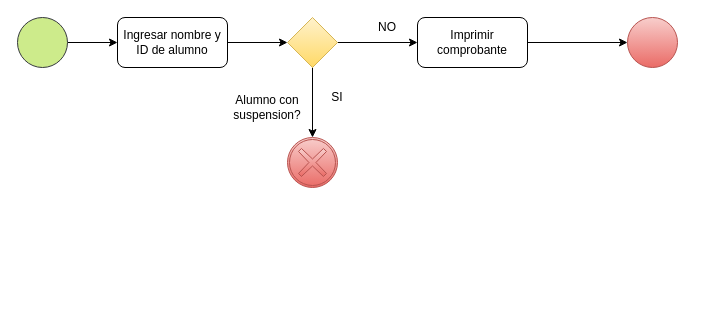
IbarraZ11/Ing_Soft_2 keeps this draw.io diagram as BPMN/Eventos/eventofincancelacion.drawio. Above is the earlier version. Source tidied: cells renumbered, new cells numbered last; positions are measured from the earlier drawing's top-left corner, leaving out a move shared by most shapes. Both pictures are drawn from the tidied source at 100%, with x=0, y=0 at pixel (17, 17).
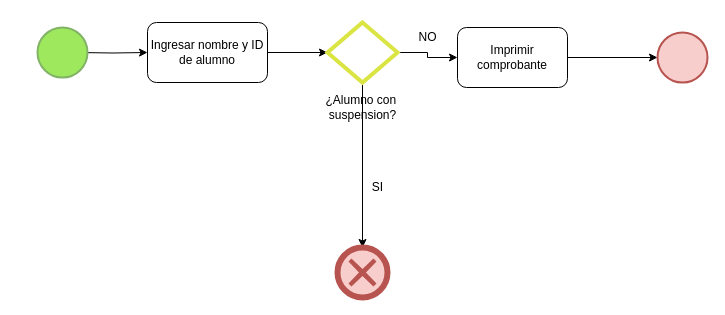
The same page after the edit.

Diff of the diagram source:
```diff
@@
 <mxGraphModel>
   <root>
     <mxCell id="0" />
     <mxCell id="1" parent="0" />
-    <mxCell id="2" style="edgeStyle=orthogonalEdgeStyle;rounded=0;jettySize=auto;html=1;entryX=0;entryY=0.5;entryDx=0;entryDy=0;" parent="1" edge="1" source="3" target="5">
-      <mxGeometry relative="1" as="geometry" />
-    </mxCell>
-    <mxCell id="3" style="points=[[0.145,0.145,0],[0.5,0,0],[0.855,0.145,0],[1,0.5,0],[0.855,0.855,0],[0.5,1,0],[0.145,0.855,0],[0,0.5,0]];shape=mxgraph.bpmn.event;html=1;verticalLabelPosition=bottom;labelBackgroundColor=#ffffff;verticalAlign=top;align=center;perimeter=ellipsePerimeter;outlineConnect=0;outline=standard;symbol=general;fillColor=#cdeb8b;strokeColor=#36393d;" parent="1" vertex="1">
-      <mxGeometry width="50" height="50" as="geometry" />
-    </mxCell>
-    <mxCell id="4" style="edgeStyle=orthogonalEdgeStyle;rounded=0;jettySize=auto;html=1;entryX=0;entryY=0.5;entryDx=0;entryDy=0;" parent="1" edge="1" source="5" target="8">
-      <mxGeometry relative="1" as="geometry" />
-    </mxCell>
+    <mxCell id="16" style="edgeStyle=orthogonalEdgeStyle;rounded=0;jettySize=auto;html=1;entryX=0;entryY=0.5;entryDx=0;entryDy=0;" parent="1" edge="1" target="5">
+      <mxGeometry relative="1" as="geometry">
+        <mxPoint x="60" y="35" as="sourcePoint" />
+      </mxGeometry>
+    </mxCell>
+    <mxCell id="17" style="edgeStyle=orthogonalEdgeStyle;rounded=0;jettySize=auto;html=1;exitX=1;exitY=0.5;exitDx=0;exitDy=0;entryX=0;entryY=0.5;entryDx=0;entryDy=0;" parent="1" edge="1" source="5" target="20">
+      <mxGeometry relative="1" as="geometry" />
+    </mxCell>
     <mxCell id="5" value="Ingresar nombre y ID de alumno" style="rounded=1;whiteSpace=wrap;html=1;" parent="1" vertex="1">
-      <mxGeometry x="100" width="110" height="50" as="geometry" />
+      <mxGeometry x="130" y="5" width="120" height="60" as="geometry" />
     </mxCell>
-    <mxCell id="6" style="edgeStyle=orthogonalEdgeStyle;rounded=0;jettySize=auto;html=1;entryX=0;entryY=0.5;entryDx=0;entryDy=0;" parent="1" edge="1" source="8" target="10">
-      <mxGeometry relative="1" as="geometry" />
-    </mxCell>
-    <mxCell id="7" style="edgeStyle=orthogonalEdgeStyle;rounded=0;jettySize=auto;html=1;entryX=0.5;entryY=0;entryDx=0;entryDy=0;entryPerimeter=0;" parent="1" edge="1" source="8" target="12">
-      <mxGeometry relative="1" as="geometry" />
-    </mxCell>
-    <mxCell id="8" style="rhombus;whiteSpace=wrap;html=1;gradientColor=#ffd966;fillColor=#fff2cc;strokeColor=#d6b656;" parent="1" vertex="1">
-      <mxGeometry x="270" width="50" height="50" as="geometry" />
-    </mxCell>
-    <mxCell id="9" style="edgeStyle=orthogonalEdgeStyle;rounded=0;jettySize=auto;html=1;" parent="1" edge="1" source="10" target="11">
-      <mxGeometry relative="1" as="geometry" />
-    </mxCell>
+    <mxCell id="18" style="edgeStyle=orthogonalEdgeStyle;rounded=0;jettySize=auto;html=1;exitX=1;exitY=0.5;exitDx=0;exitDy=0;" parent="1" edge="1" source="20" target="10">
+      <mxGeometry relative="1" as="geometry" />
+    </mxCell>
+    <mxCell id="19" style="edgeStyle=orthogonalEdgeStyle;rounded=0;jettySize=auto;html=1;exitX=0.5;exitY=1;exitDx=0;exitDy=0;entryX=0.5;entryY=0;entryDx=0;entryDy=0;entryPerimeter=0;" parent="1" edge="1" source="20" target="25">
+      <mxGeometry relative="1" as="geometry" />
+    </mxCell>
+    <mxCell id="20" style="rhombus;whiteSpace=wrap;html=1;strokeColor=#dae543;strokeWidth=4;" parent="1" vertex="1">
+      <mxGeometry x="310" y="5" width="70" height="60" as="geometry" />
+    </mxCell>
+    <mxCell id="21" style="edgeStyle=orthogonalEdgeStyle;rounded=0;jettySize=auto;html=1;exitX=1;exitY=0.5;exitDx=0;exitDy=0;entryX=0;entryY=0.5;entryDx=0;entryDy=0;entryPerimeter=0;" parent="1" edge="1" source="10" target="24">
+      <mxGeometry relative="1" as="geometry" />
+    </mxCell>
     <mxCell id="10" value="Imprimir comprobante" style="rounded=1;whiteSpace=wrap;html=1;" parent="1" vertex="1">
-      <mxGeometry x="400" width="110" height="50" as="geometry" />
+      <mxGeometry x="440" y="10" width="110" height="60" as="geometry" />
     </mxCell>
-    <mxCell id="11" style="points=[[0.145,0.145,0],[0.5,0,0],[0.855,0.145,0],[1,0.5,0],[0.855,0.855,0],[0.5,1,0],[0.145,0.855,0],[0,0.5,0]];shape=mxgraph.bpmn.event;html=1;verticalLabelPosition=bottom;labelBackgroundColor=#ffffff;verticalAlign=top;align=center;perimeter=ellipsePerimeter;outlineConnect=0;outline=standard;symbol=general;gradientColor=#ea6b66;fillColor=#f8cecc;strokeColor=#b85450;" parent="1" vertex="1">
-      <mxGeometry x="610" width="50" height="50" as="geometry" />
-    </mxCell>
-    <mxCell id="12" style="points=[[0.145,0.145,0],[0.5,0,0],[0.855,0.145,0],[1,0.5,0],[0.855,0.855,0],[0.5,1,0],[0.145,0.855,0],[0,0.5,0]];shape=mxgraph.bpmn.event;html=1;verticalLabelPosition=bottom;labelBackgroundColor=#ffffff;verticalAlign=top;align=center;perimeter=ellipsePerimeter;outlineConnect=0;outline=boundInt;symbol=cancel;gradientColor=#ea6b66;fillColor=#f8cecc;strokeColor=#b85450;" parent="1" vertex="1">
-      <mxGeometry x="270" y="120" width="50" height="50" as="geometry" />
-    </mxCell>
-    <mxCell id="13" value="Alumno con suspension?" style="text;html=1;strokeColor=none;fillColor=none;align=center;verticalAlign=middle;whiteSpace=wrap;rounded=0;" parent="1" vertex="1">
-      <mxGeometry x="230" y="80" width="40" height="20" as="geometry" />
-    </mxCell>
+    <mxCell id="22" value="¿Alumno con&amp;nbsp;&lt;br&gt;suspension?" style="text;html=1;align=center;verticalAlign=middle;strokeColor=none;fillColor=none;" parent="1" vertex="1">
+      <mxGeometry x="295" y="70" width="100" height="40" as="geometry" />
+    </mxCell>
+    <mxCell id="23" style="shape=mxgraph.bpmn.event;html=1;verticalLabelPosition=bottom;labelBackgroundColor=#ffffff;verticalAlign=top;align=center;perimeter=ellipsePerimeter;outline=standard;symbol=general;strokeColor=#82b366;strokeWidth=2;fillColor=#9EE85D;" parent="1" vertex="1">
+      <mxGeometry x="20" y="10" width="50" height="50" as="geometry" />
+    </mxCell>
+    <mxCell id="24" style="points=[[0.145,0.145,0],[0.5,0,0],[0.855,0.145,0],[1,0.5,0],[0.855,0.855,0],[0.5,1,0],[0.145,0.855,0],[0,0.5,0]];shape=mxgraph.bpmn.event;html=1;verticalLabelPosition=bottom;labelBackgroundColor=#ffffff;verticalAlign=top;align=center;perimeter=ellipsePerimeter;outlineConnect=0;outline=standard;symbol=general;strokeColor=#b85450;strokeWidth=2;fillColor=#f8cecc;" parent="1" vertex="1">
+      <mxGeometry x="640" y="15" width="50" height="50" as="geometry" />
+    </mxCell>
+    <mxCell id="25" style="points=[[0.145,0.145,0],[0.5,0,0],[0.855,0.145,0],[1,0.5,0],[0.855,0.855,0],[0.5,1,0],[0.145,0.855,0],[0,0.5,0]];shape=mxgraph.bpmn.event;html=1;verticalLabelPosition=bottom;labelBackgroundColor=#ffffff;verticalAlign=top;align=center;perimeter=ellipsePerimeter;outlineConnect=0;outline=end;symbol=cancel;strokeColor=#b85450;strokeWidth=2;fillColor=#f8cecc;" parent="1" vertex="1">
+      <mxGeometry x="320" y="230" width="50" height="50" as="geometry" />
+    </mxCell>
+    <mxCell id="15" value="SI" style="text;html=1;align=center;verticalAlign=middle;strokeColor=none;fillColor=none;" parent="1" vertex="1">
+      <mxGeometry x="345" y="155" width="30" height="30" as="geometry" />
+    </mxCell>
-    <mxCell id="14" value="NO" style="text;html=1;strokeColor=none;fillColor=none;align=center;verticalAlign=middle;whiteSpace=wrap;rounded=0;" parent="1" vertex="1">
-      <mxGeometry x="350" width="40" height="20" as="geometry" />
+    <mxCell id="14" value="NO" style="text;html=1;align=center;verticalAlign=middle;strokeColor=none;fillColor=none;" parent="1" vertex="1">
+      <mxGeometry x="390" y="5" width="40" height="30" as="geometry" />
     </mxCell>
-    <mxCell id="15" value="SI" style="text;html=1;strokeColor=none;fillColor=none;align=center;verticalAlign=middle;whiteSpace=wrap;rounded=0;" parent="1" vertex="1">
-      <mxGeometry x="300" y="70" width="40" height="20" as="geometry" />
-    </mxCell>
   </root>
 </mxGraphModel>
```
